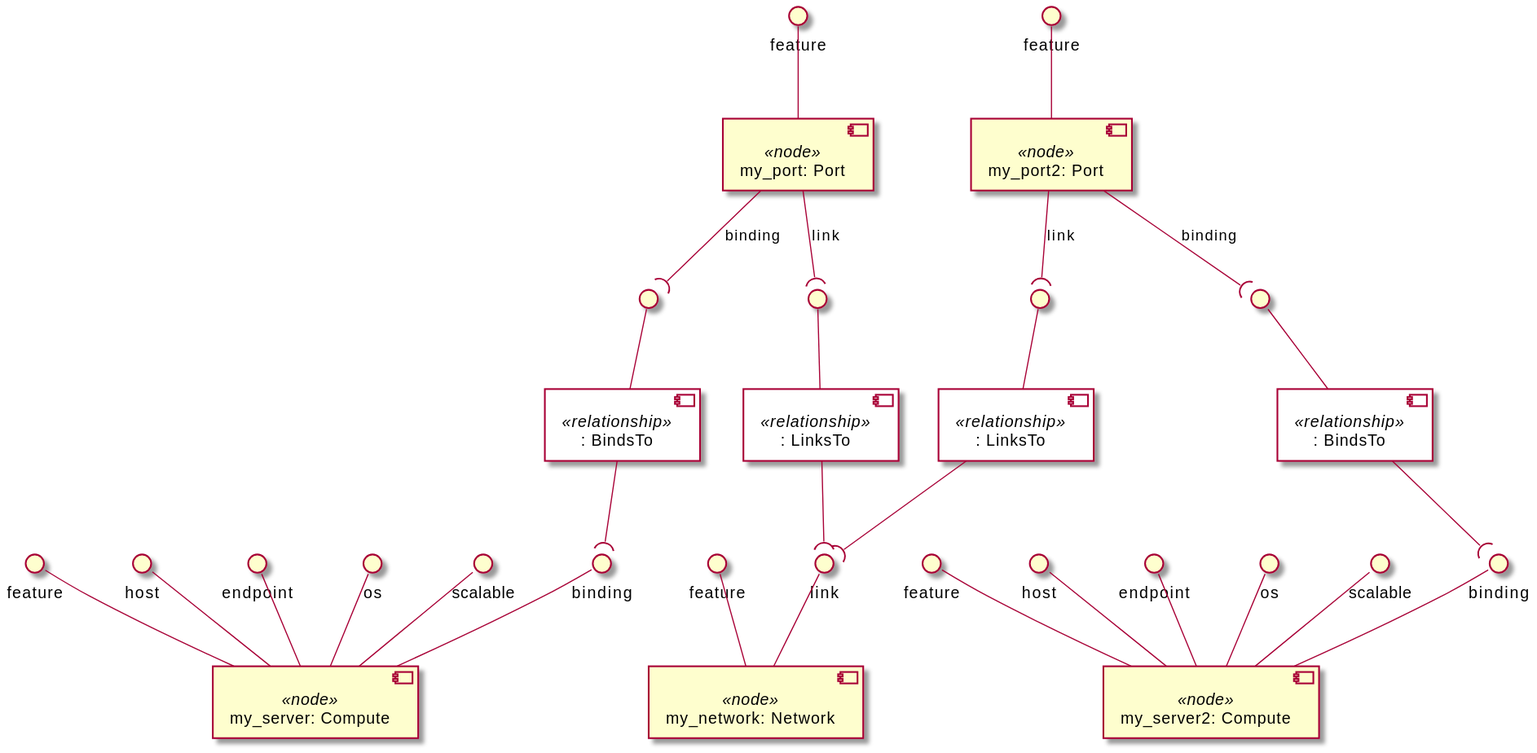
Above: examples/ariatosca/diagrams/uml2/network-3-1.0-uml2-component-diagram2.svg in Orange-OpenSource/Cloudnet-TOSCA-toolbox (PlantUML), before the change. Source of this version:
```plantuml
@startuml
skinparam componentStyle uml2
skinparam component {
  backgroundColor<<relationship>> White
}

component "my_server: Compute" <<node>> as node_my_server
interface "feature" as node_my_server_feature
node_my_server_feature -- node_my_server
interface "host" as node_my_server_host
node_my_server_host -- node_my_server
interface "endpoint" as node_my_server_endpoint
node_my_server_endpoint -- node_my_server
interface "os" as node_my_server_os
node_my_server_os -- node_my_server
interface "scalable" as node_my_server_scalable
node_my_server_scalable -- node_my_server
interface "binding" as node_my_server_binding
node_my_server_binding -- node_my_server

component "my_server2: Compute" <<node>> as node_my_server2
interface "feature" as node_my_server2_feature
node_my_server2_feature -- node_my_server2
interface "host" as node_my_server2_host
node_my_server2_host -- node_my_server2
interface "endpoint" as node_my_server2_endpoint
node_my_server2_endpoint -- node_my_server2
interface "os" as node_my_server2_os
node_my_server2_os -- node_my_server2
interface "scalable" as node_my_server2_scalable
node_my_server2_scalable -- node_my_server2
interface "binding" as node_my_server2_binding
node_my_server2_binding -- node_my_server2

component "my_network: Network" <<node>> as node_my_network
interface "feature" as node_my_network_feature
node_my_network_feature -- node_my_network
interface "link" as node_my_network_link
node_my_network_link -- node_my_network

component "my_port: Port" <<node>> as node_my_port
interface "feature" as node_my_port_feature
node_my_port_feature -- node_my_port
component ": BindsTo" <<relationship>> as node_my_port_binding_relationship0
interface " " as node_my_port_binding_relationship0_source
node_my_port_binding_relationship0_source -- node_my_port_binding_relationship0
node_my_port --( node_my_port_binding_relationship0_source : binding
component ": LinksTo" <<relationship>> as node_my_port_link_relationship1
interface " " as node_my_port_link_relationship1_source
node_my_port_link_relationship1_source -- node_my_port_link_relationship1
node_my_port --( node_my_port_link_relationship1_source : link

component "my_port2: Port" <<node>> as node_my_port2
interface "feature" as node_my_port2_feature
node_my_port2_feature -- node_my_port2
component ": BindsTo" <<relationship>> as node_my_port2_binding_relationship0
interface " " as node_my_port2_binding_relationship0_source
node_my_port2_binding_relationship0_source -- node_my_port2_binding_relationship0
node_my_port2 --( node_my_port2_binding_relationship0_source : binding
component ": LinksTo" <<relationship>> as node_my_port2_link_relationship1
interface " " as node_my_port2_link_relationship1_source
node_my_port2_link_relationship1_source -- node_my_port2_link_relationship1
node_my_port2 --( node_my_port2_link_relationship1_source : link

node_my_port_binding_relationship0 --( node_my_server_binding
node_my_port_link_relationship1 --( node_my_network_link
node_my_port2_binding_relationship0 --( node_my_server2_binding
node_my_port2_link_relationship1 --( node_my_network_link
@enduml
```
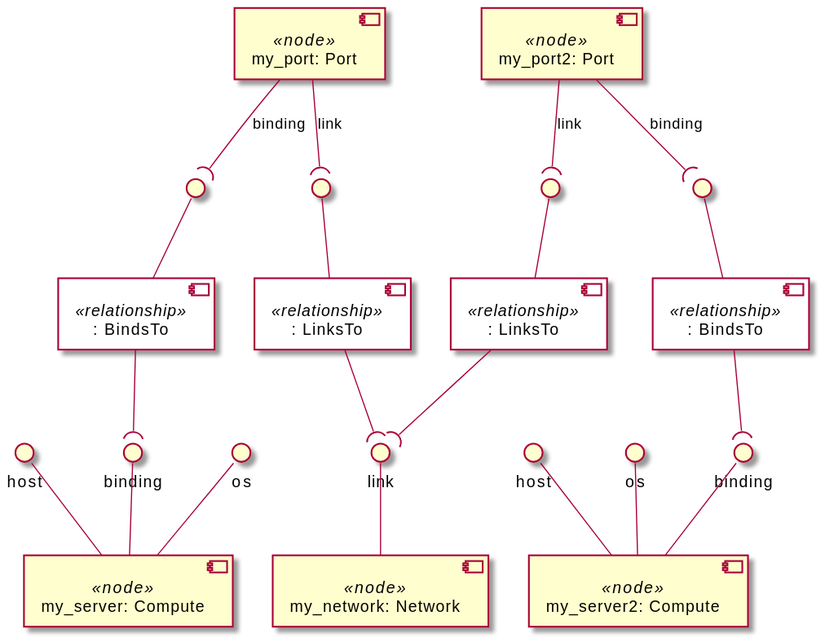
After the change.

What changed in the source:
```diff
@@ -5,42 +5,26 @@
 }
 
 component "my_server: Compute" <<node>> as node_my_server
-interface "feature" as node_my_server_feature
-node_my_server_feature -- node_my_server
 interface "host" as node_my_server_host
 node_my_server_host -- node_my_server
-interface "endpoint" as node_my_server_endpoint
-node_my_server_endpoint -- node_my_server
+interface "binding" as node_my_server_binding
+node_my_server_binding -- node_my_server
 interface "os" as node_my_server_os
 node_my_server_os -- node_my_server
-interface "scalable" as node_my_server_scalable
-node_my_server_scalable -- node_my_server
-interface "binding" as node_my_server_binding
-node_my_server_binding -- node_my_server
 
 component "my_server2: Compute" <<node>> as node_my_server2
-interface "feature" as node_my_server2_feature
-node_my_server2_feature -- node_my_server2
 interface "host" as node_my_server2_host
 node_my_server2_host -- node_my_server2
-interface "endpoint" as node_my_server2_endpoint
-node_my_server2_endpoint -- node_my_server2
+interface "binding" as node_my_server2_binding
+node_my_server2_binding -- node_my_server2
 interface "os" as node_my_server2_os
 node_my_server2_os -- node_my_server2
-interface "scalable" as node_my_server2_scalable
-node_my_server2_scalable -- node_my_server2
-interface "binding" as node_my_server2_binding
-node_my_server2_binding -- node_my_server2
 
 component "my_network: Network" <<node>> as node_my_network
-interface "feature" as node_my_network_feature
-node_my_network_feature -- node_my_network
 interface "link" as node_my_network_link
 node_my_network_link -- node_my_network
 
 component "my_port: Port" <<node>> as node_my_port
-interface "feature" as node_my_port_feature
-node_my_port_feature -- node_my_port
 component ": BindsTo" <<relationship>> as node_my_port_binding_relationship0
 interface " " as node_my_port_binding_relationship0_source
 node_my_port_binding_relationship0_source -- node_my_port_binding_relationship0
@@ -51,8 +35,6 @@
 node_my_port --( node_my_port_link_relationship1_source : link
 
 component "my_port2: Port" <<node>> as node_my_port2
-interface "feature" as node_my_port2_feature
-node_my_port2_feature -- node_my_port2
 component ": BindsTo" <<relationship>> as node_my_port2_binding_relationship0
 interface " " as node_my_port2_binding_relationship0_source
 node_my_port2_binding_relationship0_source -- node_my_port2_binding_relationship0
```
